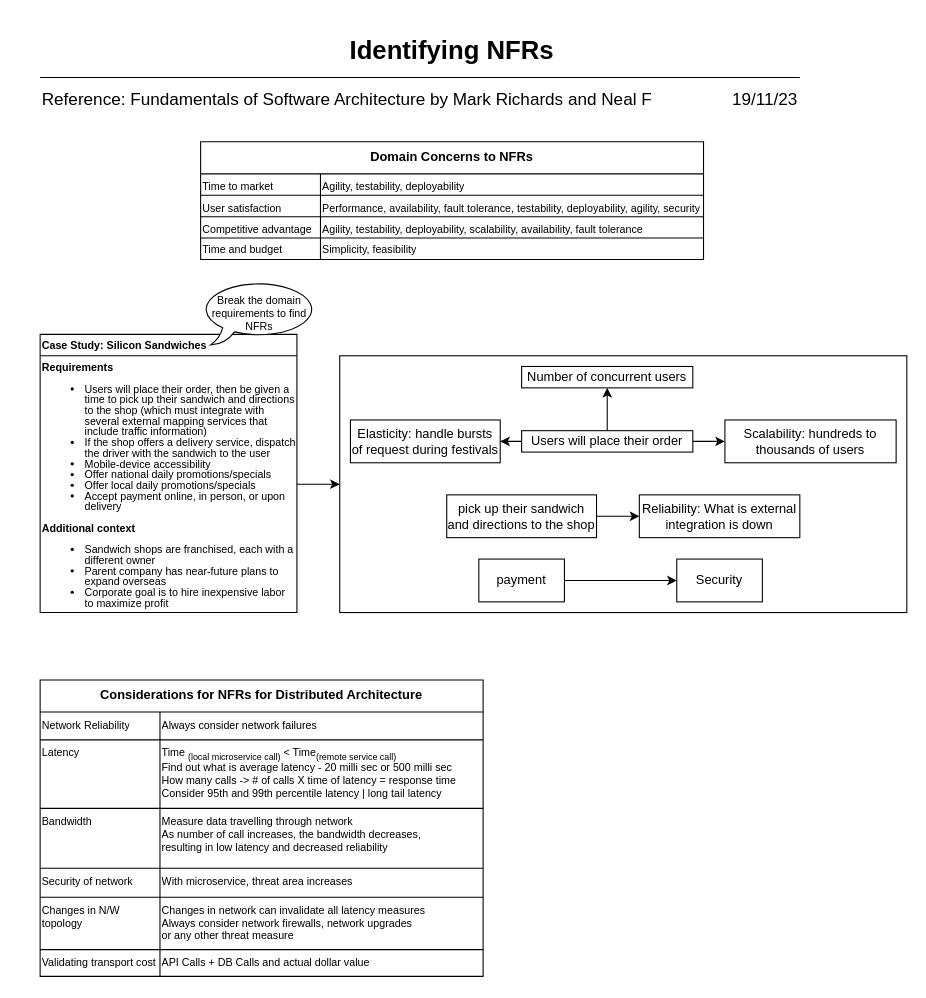
Before: page "4.Requirements and NFRs" (5 of 7) of SolutionArchitectureProcess.drawio in Gaur4vGaur/probable-octo, a draw.io diagram. Source tidied: cells renumbered, new cells numbered last; positions are measured from the earlier drawing's top-left corner, leaving out a move shared by most shapes. Both pictures are drawn from the tidied source at 107%, with x=0, y=0 at pixel (18, 34).
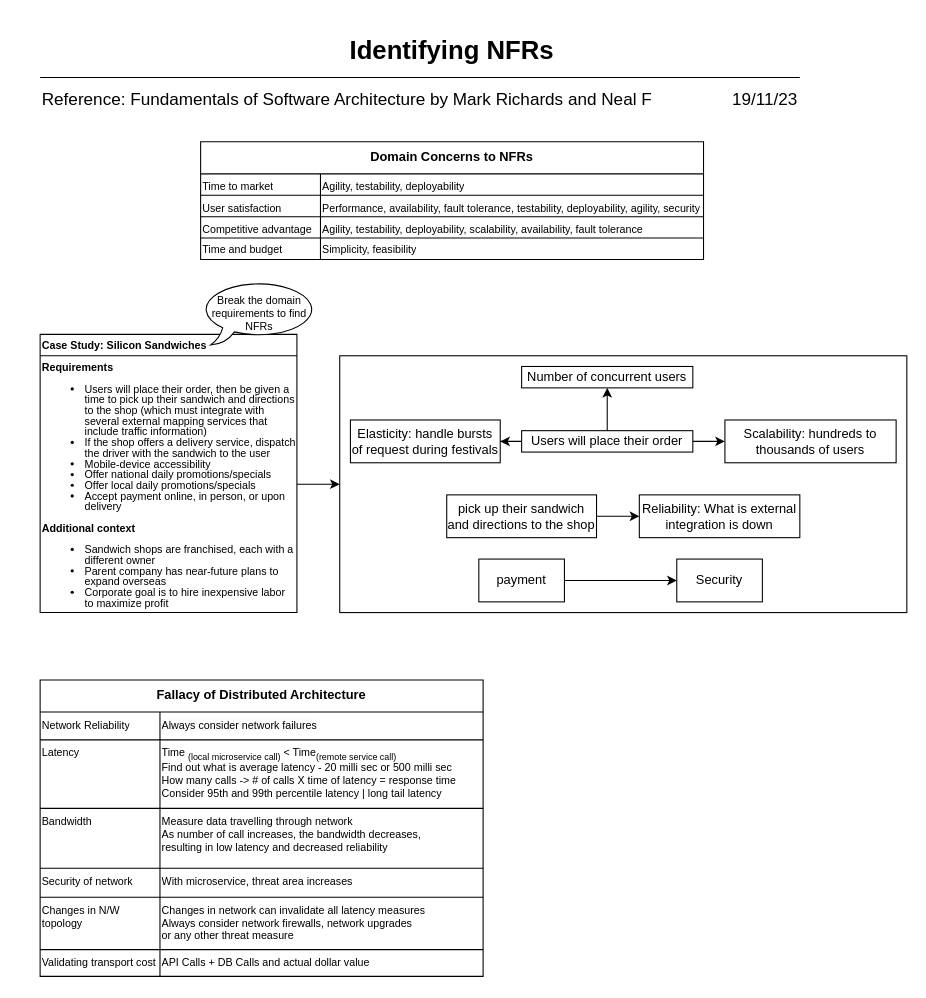
Above is the later version.

What changed in the source:
```diff
@@
-    <mxCell id="40" value="Considerations for NFRs for Distributed Architecture" style="shape=table;startSize=30;childLayout=tableLayout;strokeColor=default;fontSize=12;fontStyle=1;verticalAlign=top;" parent="1" vertex="1">
+    <mxCell id="40" value="Fallacy of Distributed Architecture" style="shape=table;startSize=30;childLayout=tableLayout;strokeColor=default;fontSize=12;fontStyle=1;verticalAlign=top;" parent="1" vertex="1">
       <mxGeometry x="20" y="603" width="414" height="277" as="geometry" />
     </mxCell>
```
